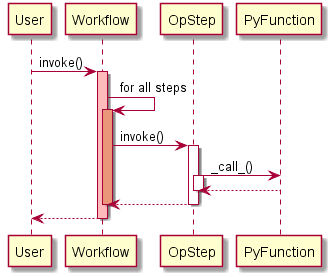
Before: doc/source/_static/uml/workflow_seq.png, a diagram exported from PlantUML (CCI-Tools/cate). Source of this version:
```plantuml
@startuml
participant User

User -> Workflow: invoke()
activate Workflow #FFBBBB

Workflow -> Workflow: for all steps
activate Workflow #DarkSalmon

Workflow -> OpStep: invoke()
activate OpStep

OpStep -> PyFunction: _call_()
activate OpStep

PyFunction --> OpStep
deactivate OpStep
OpStep --> Workflow
deactivate OpStep
deactivate Workflow
Workflow --> User
deactivate Workflow

@enduml
```
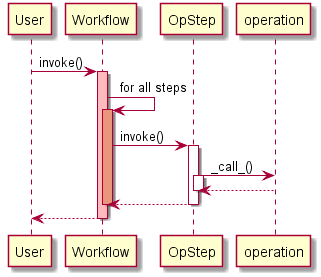
The same diagram one commit later.

The edit, as a diff of the source:
```diff
@@ -10,10 +10,10 @@
 Workflow -> OpStep: invoke()
 activate OpStep
 
-OpStep -> PyFunction: _call_()
+OpStep -> operation: _call_()
 activate OpStep
 
-PyFunction --> OpStep
+operation --> OpStep
 deactivate OpStep
 OpStep --> Workflow
 deactivate OpStep
```
